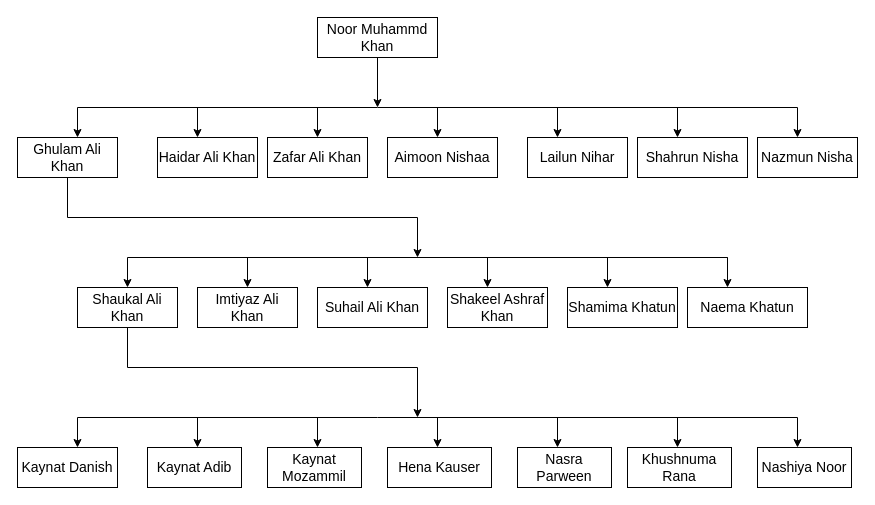
This is page "Page-1" (1 of 4) of linage_SISS.drawio from kaynatmozammil/xyz_doc, a draw.io file, before an edit. Source tidied: cells renumbered, new cells numbered last; positions are measured from the earlier drawing's top-left corner, leaving out a move shared by most shapes. Both pictures are drawn from the tidied source at 100%, with x=0, y=0 at pixel (17, 17).
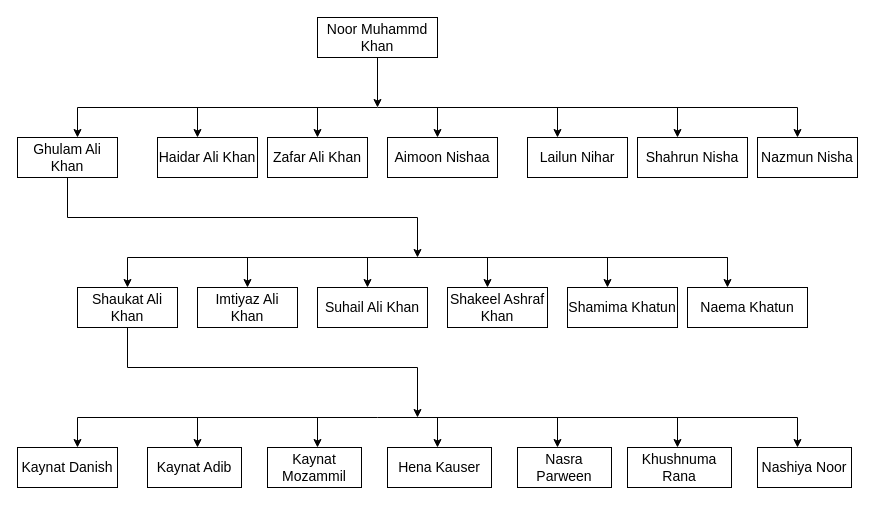
Above is the later version.

The edit, as a diff of the source:
```diff
@@
-    <mxCell id="29" value="&lt;font style=&quot;font-size: 14px;&quot;&gt;Shaukal Ali Khan&lt;/font&gt;" style="rounded=0;whiteSpace=wrap;html=1;" parent="1" vertex="1">
+    <mxCell id="29" value="&lt;font style=&quot;font-size: 14px;&quot;&gt;Shaukat Ali Khan&lt;/font&gt;" style="rounded=0;whiteSpace=wrap;html=1;" parent="1" vertex="1">
       <mxGeometry x="60" y="270" width="100" height="40" as="geometry" />
     </mxCell>
```
